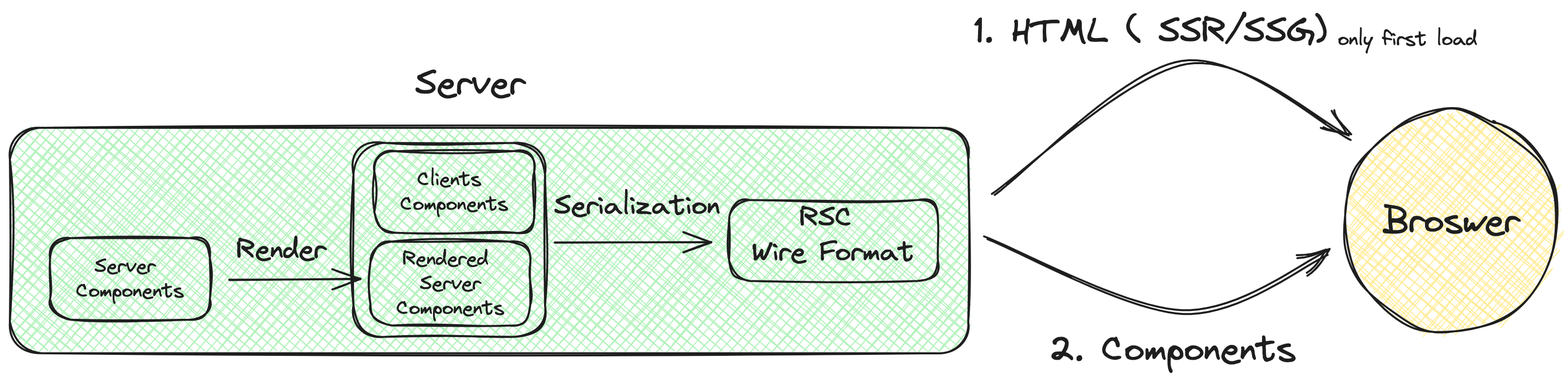
Above: public/assets/images/simplifying-rsc/after.png in LiuuY/blog-site (Excalidraw), before the change. Source tidied: one line per element, renumbered; positions are measured from the earlier drawing's top-left corner, leaving out a move shared by most shapes.
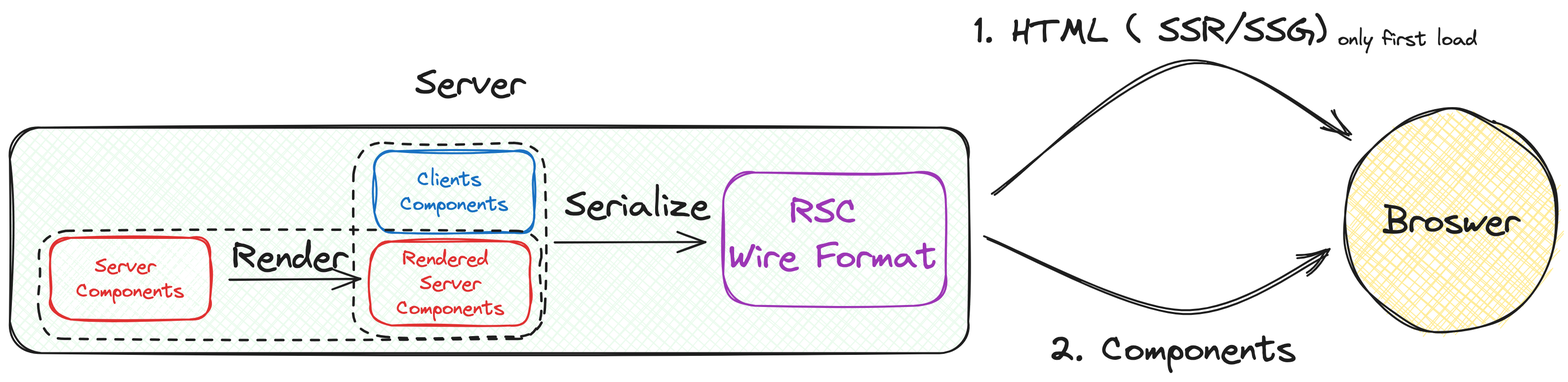
Above is the later version.

Diff of the diagram source:
```diff
@@ -1,22 +1,23 @@
 {"id": 0, "type": "ellipse", "strokeColor": "#1e1e1e", "backgroundColor": "#ffec99", "fillStyle": "cross-hatch", "strokeWidth": 2, "roughness": 2, "round": true, "x": 1351, "y": 103, "width": 217, "height": 225}
 {"id": 1, "type": "text", "text": "Broswer", "strokeColor": "#1e1e1e", "strokeWidth": 2, "roughness": 2, "fontSize": 36, "fontFamily": 1, "textAlign": "center", "verticalAlign": "middle", "inside": 0, "x": 1391, "y": 193, "width": 138, "height": 45}
-{"id": 2, "type": "rectangle", "strokeColor": "#1e1e1e", "backgroundColor": "#b2f2bb", "fillStyle": "cross-hatch", "strokeWidth": 2, "roughness": 2, "round": true, "x": 0, "y": 119, "width": 971, "height": 228}
+{"id": 2, "type": "rectangle", "strokeColor": "#1e1e1e", "backgroundColor": "#ebfbee", "fillStyle": "cross-hatch", "strokeWidth": 2, "roughness": 2, "round": true, "x": 0, "y": 119, "width": 971, "height": 228}
 {"id": 3, "type": "arrow", "strokeColor": "#1e1e1e", "strokeWidth": 2, "roughness": 2, "endArrowhead": "arrow", "round": true, "from": 2, "to": 0, "x": 996, "y": 185, "width": 362, "height": 132, "points": [[0, 0], [192, -132], [362, -55]]}
 {"id": 4, "type": "text", "text": "1. HTML ( SSR/SSG)", "strokeColor": "#1e1e1e", "strokeWidth": 2, "roughness": 2, "fontSize": 36, "fontFamily": 1, "textAlign": "center", "x": 977, "y": 0, "width": 357, "height": 45}
 {"id": 5, "type": "arrow", "strokeColor": "#1e1e1e", "strokeWidth": 2, "roughness": 2, "endArrowhead": "arrow", "round": true, "from": 2, "to": 0, "x": 990, "y": 233, "width": 342, "height": 73, "points": [[0, 0], [196, 73], [342, 13]]}
 {"id": 6, "type": "text", "text": "2. Components", "strokeColor": "#1e1e1e", "strokeWidth": 2, "roughness": 2, "fontSize": 36, "fontFamily": 1, "textAlign": "center", "x": 1052, "y": 322, "width": 250, "height": 45}
 {"id": 7, "type": "text", "text": "only first load", "strokeColor": "#1e1e1e", "strokeWidth": 2, "roughness": 2, "fontSize": 20, "fontFamily": 1, "textAlign": "center", "x": 1345, "y": 18, "width": 141, "height": 25}
 {"id": 8, "type": "text", "text": "Server", "strokeColor": "#1e1e1e", "strokeWidth": 2, "roughness": 2, "fontSize": 36, "fontFamily": 1, "textAlign": "center", "x": 410, "y": 53, "width": 111, "height": 45}
-{"id": 9, "type": "arrow", "strokeColor": "#1e1e1e", "strokeWidth": 2, "roughness": 2, "endArrowhead": "arrow", "round": true, "from": 11, "to": 19, "x": 223, "y": 274, "width": 133, "height": 1, "points": [[0, 0], [133, -1]]}
+{"id": 9, "type": "arrow", "strokeColor": "#1e1e1e", "strokeWidth": 2, "roughness": 2, "endArrowhead": "arrow", "round": true, "from": 11, "to": 19, "x": 223, "y": 274, "width": 132, "height": 1, "points": [[0, 0], [132, -1]]}
-{"id": 10, "type": "text", "text": "Render", "strokeColor": "#1e1e1e", "strokeWidth": 2, "roughness": 2, "fontSize": 28, "fontFamily": 1, "textAlign": "center", "x": 229, "y": 226, "width": 91, "height": 35}
+{"id": 10, "type": "text", "text": "Render", "strokeColor": "#1e1e1e", "strokeWidth": 2, "roughness": 2, "fontSize": 36, "fontFamily": 1, "textAlign": "center", "x": 225, "y": 229, "width": 117, "height": 45}
-{"id": 11, "type": "rectangle", "strokeColor": "#1e1e1e", "strokeWidth": 2, "roughness": 2, "round": true, "x": 41, "y": 231, "width": 162, "height": 83}
-{"id": 12, "type": "text", "text": "Server \nComponents", "strokeColor": "#1e1e1e", "strokeWidth": 2, "roughness": 2, "fontSize": 20, "fontFamily": 1, "textAlign": "center", "verticalAlign": "middle", "inside": 11, "x": 67, "y": 248, "width": 109, "height": 50}
-{"id": 13, "type": "rectangle", "strokeColor": "#1e1e1e", "strokeWidth": 2, "roughness": 2, "round": true, "x": 369, "y": 143, "width": 162, "height": 83}
+{"id": 13, "type": "rectangle", "strokeColor": "#1971c2", "strokeWidth": 2, "roughness": 2, "round": true, "x": 369, "y": 143, "width": 162, "height": 83}
-{"id": 14, "type": "text", "text": "Clients \nComponents", "strokeColor": "#1e1e1e", "strokeWidth": 2, "roughness": 2, "fontSize": 20, "fontFamily": 1, "textAlign": "center", "verticalAlign": "middle", "inside": 13, "x": 395, "y": 159, "width": 109, "height": 50}
+{"id": 14, "type": "text", "text": "Clients \nComponents", "strokeColor": "#1971c2", "strokeWidth": 2, "roughness": 2, "fontSize": 20, "fontFamily": 1, "textAlign": "center", "verticalAlign": "middle", "inside": 13, "x": 395, "y": 159, "width": 109, "height": 50}
-{"id": 15, "type": "arrow", "strokeColor": "#1e1e1e", "strokeWidth": 2, "roughness": 2, "endArrowhead": "arrow", "round": true, "from": 21, "to": 17, "x": 552, "y": 236, "width": 159, "height": 0, "points": [[0, 0], [159, 0]]}
+{"id": 15, "type": "arrow", "strokeColor": "#1e1e1e", "strokeWidth": 2, "roughness": 2, "endArrowhead": "arrow", "round": true, "from": 21, "to": 17, "x": 552, "y": 236, "width": 153, "height": 0, "points": [[0, 0], [153, 0]]}
-{"id": 16, "type": "text", "text": "Serialization", "strokeColor": "#1e1e1e", "strokeWidth": 2, "roughness": 2, "fontSize": 28, "fontFamily": 1, "textAlign": "center", "x": 551, "y": 181, "width": 168, "height": 35}
+{"id": 16, "type": "text", "text": "Serialize", "strokeColor": "#1e1e1e", "strokeWidth": 2, "roughness": 2, "fontSize": 36, "fontFamily": 1, "textAlign": "center", "x": 562, "y": 176, "width": 147, "height": 45}
-{"id": 17, "type": "rectangle", "strokeColor": "#1e1e1e", "strokeWidth": 2, "roughness": 2, "round": true, "x": 728, "y": 193, "width": 211, "height": 82}
+{"id": 17, "type": "rectangle", "strokeColor": "#9c36b5", "strokeWidth": 2, "roughness": 2, "round": true, "x": 722, "y": 165, "width": 225, "height": 135}
-{"id": 18, "type": "text", "text": "RSC \nWire Format", "strokeColor": "#1e1e1e", "strokeWidth": 2, "roughness": 2, "fontSize": 28, "fontFamily": 1, "textAlign": "center", "x": 752, "y": 194, "width": 164, "height": 70}
+{"id": 18, "type": "text", "text": "RSC \nWire Format", "strokeColor": "#9c36b5", "strokeWidth": 2, "roughness": 2, "fontSize": 36, "fontFamily": 1, "textAlign": "center", "x": 728, "y": 184, "width": 211, "height": 90}
-{"id": 19, "type": "rectangle", "strokeColor": "#1e1e1e", "strokeWidth": 2, "roughness": 2, "round": true, "x": 365, "y": 235, "width": 162, "height": 85}
+{"id": 19, "type": "rectangle", "strokeColor": "#e03131", "strokeWidth": 2, "roughness": 2, "round": true, "x": 365, "y": 235, "width": 162, "height": 85}
-{"id": 20, "type": "text", "text": "Rendered \nServer\nComponents", "strokeColor": "#1e1e1e", "strokeWidth": 2, "roughness": 2, "fontSize": 20, "fontFamily": 1, "textAlign": "center", "verticalAlign": "middle", "inside": 19, "x": 391, "y": 240, "width": 109, "height": 75}
+{"id": 20, "type": "text", "text": "Rendered \nServer\nComponents", "strokeColor": "#e03131", "strokeWidth": 2, "roughness": 2, "fontSize": 20, "fontFamily": 1, "textAlign": "center", "verticalAlign": "middle", "inside": 19, "x": 391, "y": 240, "width": 109, "height": 75}
-{"id": 21, "type": "rectangle", "strokeColor": "#1e1e1e", "strokeWidth": 2, "roughness": 2, "round": true, "x": 348, "y": 135, "width": 194, "height": 197}
+{"id": 21, "type": "rectangle", "strokeColor": "#1e1e1e", "strokeWidth": 2, "strokeStyle": "dashed", "roughness": 2, "round": true, "x": 348, "y": 135, "width": 194, "height": 197}
+{"id": 11, "type": "rectangle", "strokeColor": "#e03131", "backgroundColor": "#ffffff", "fillStyle": "cross-hatch", "strokeWidth": 2, "roughness": 2, "round": true, "x": 41, "y": 231, "width": 162, "height": 83}
+{"id": 12, "type": "text", "text": "Server \nComponents", "strokeColor": "#e03131", "strokeWidth": 2, "roughness": 2, "fontSize": 20, "fontFamily": 1, "textAlign": "center", "verticalAlign": "middle", "inside": 11, "x": 67, "y": 247, "width": 109, "height": 50}
+{"id": 22, "type": "rectangle", "strokeColor": "#1e1e1e", "strokeWidth": 2, "strokeStyle": "dashed", "roughness": 2, "round": true, "x": 29, "y": 224, "width": 509, "height": 109}
```
